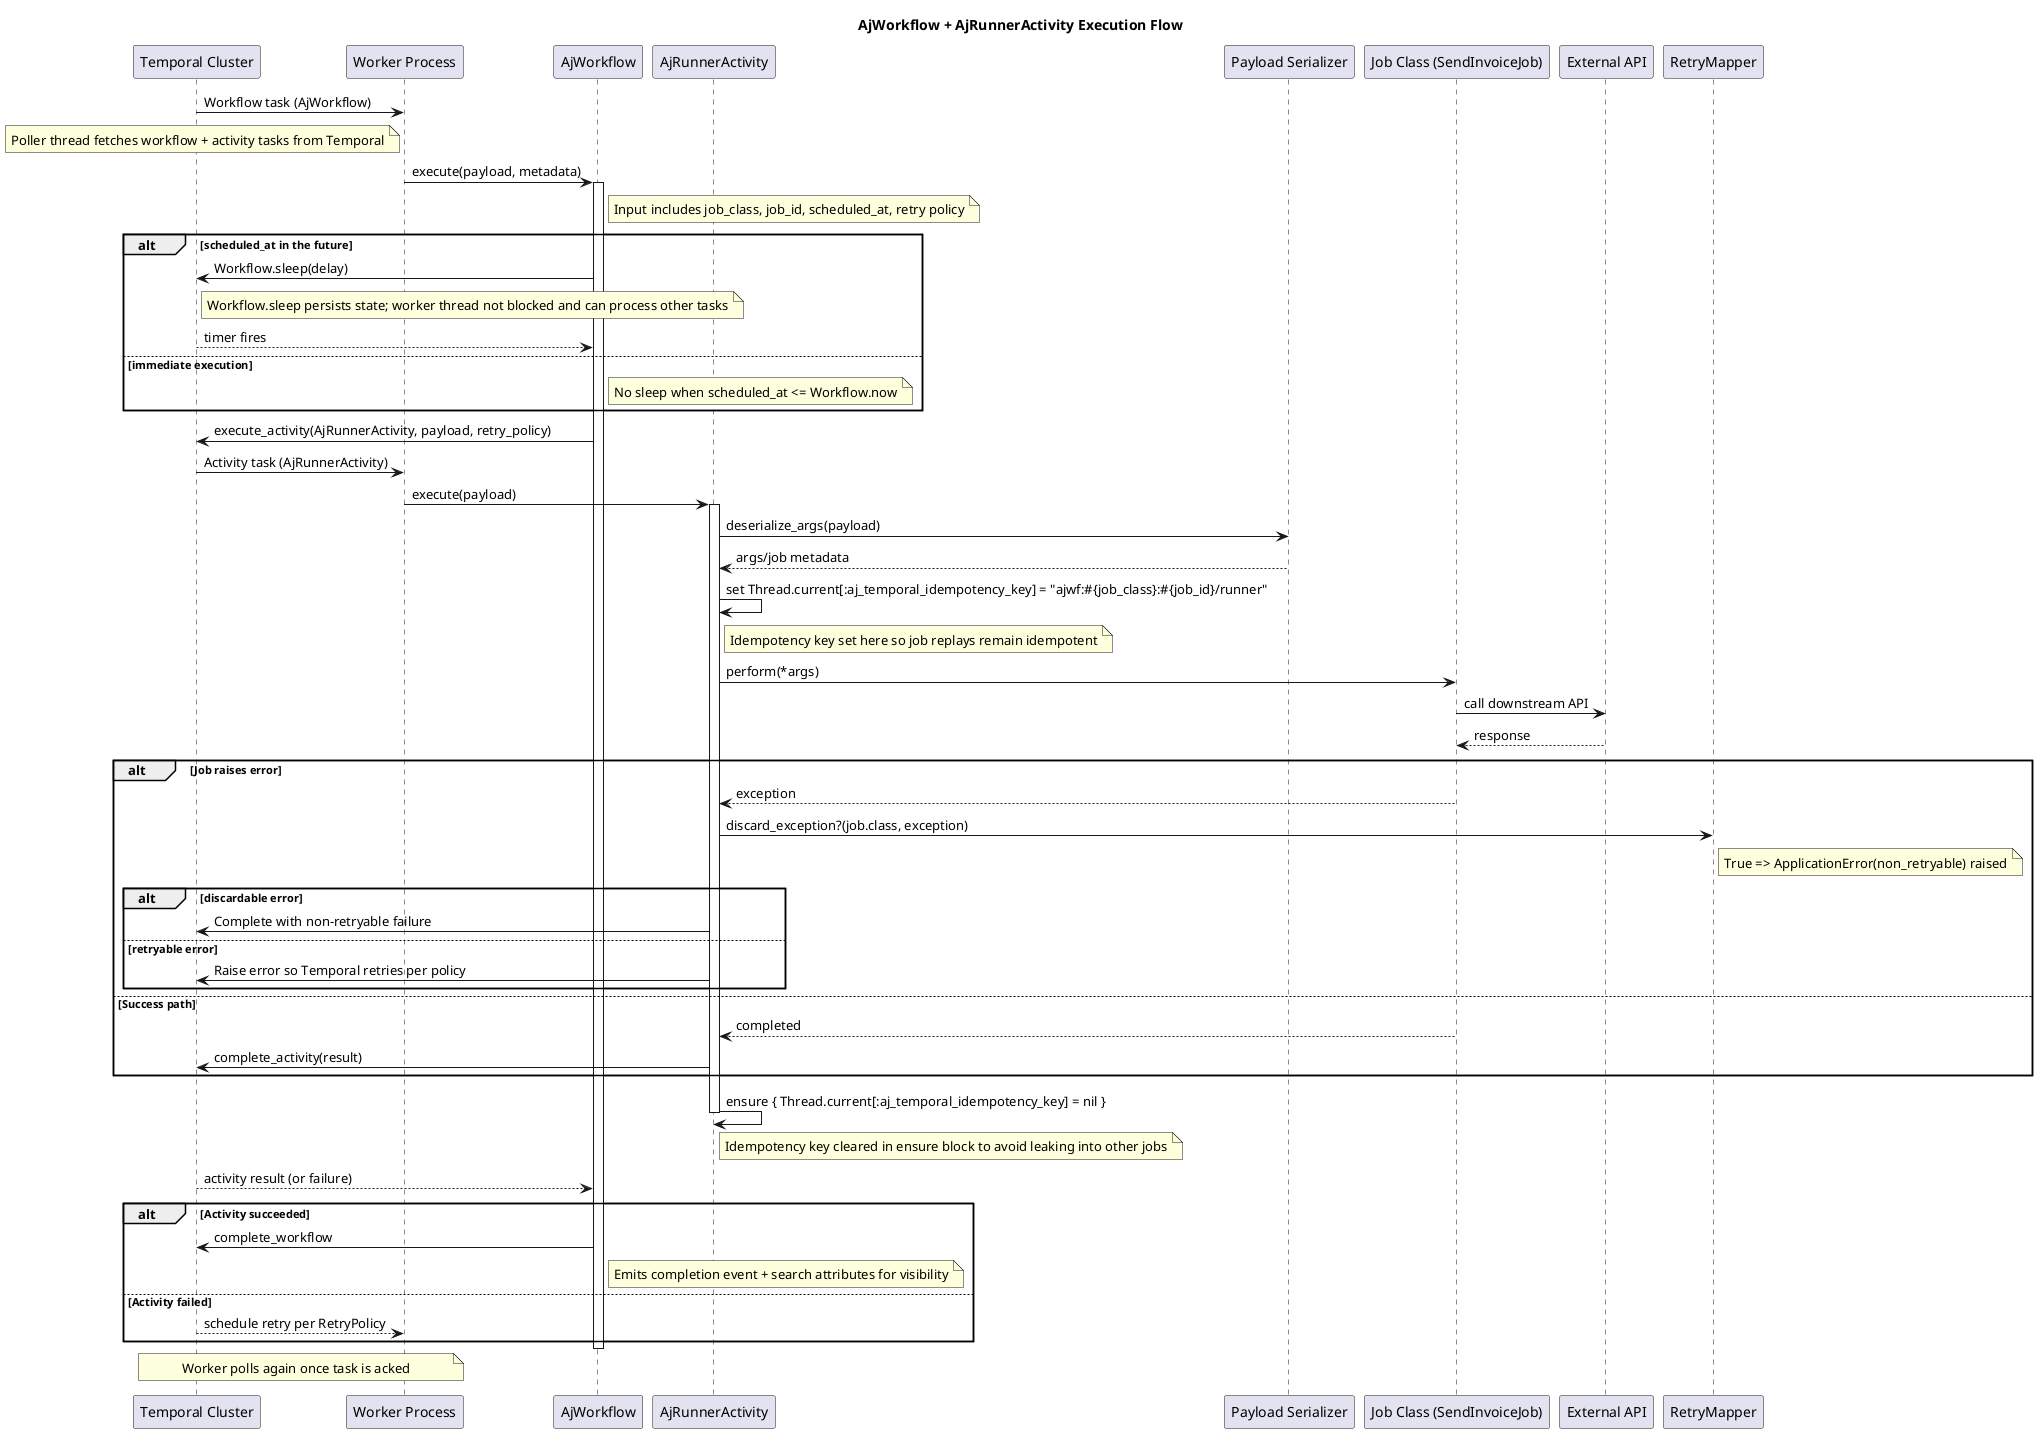
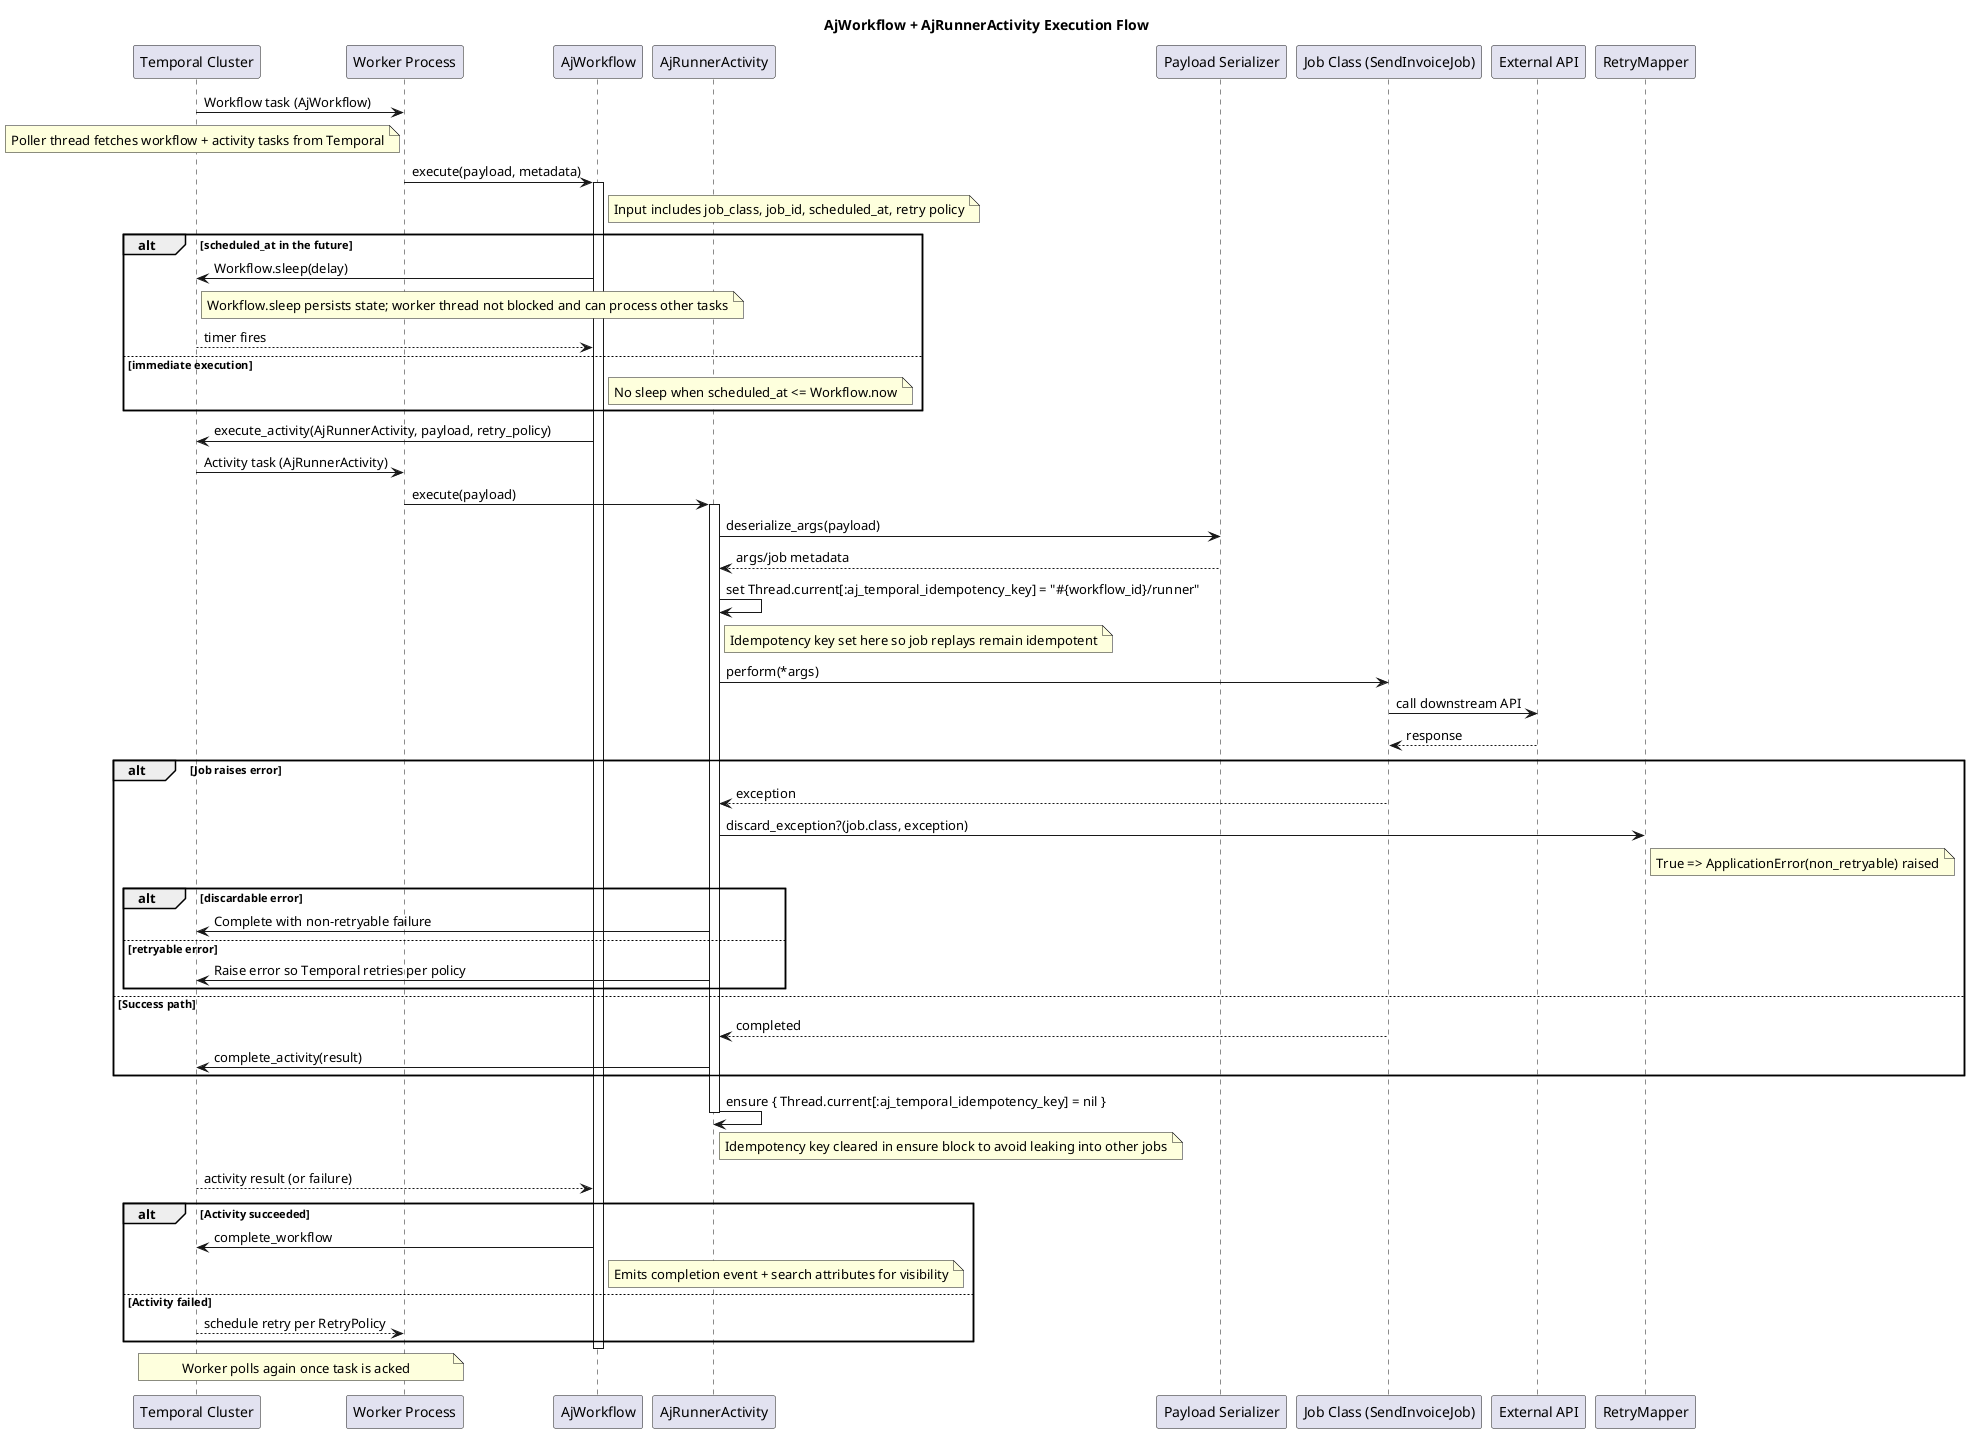
@startuml
title AjWorkflow + AjRunnerActivity Execution Flow

participant "Temporal Cluster" as Temporal
participant "Worker Process" as Worker
participant "AjWorkflow" as Workflow
participant "AjRunnerActivity" as Activity
participant "Payload Serializer" as Payload
participant "Job Class (SendInvoiceJob)" as Job
participant "External API" as External
participant "RetryMapper" as Retry

Temporal -> Worker: Workflow task (AjWorkflow)
note left of Worker: Poller thread fetches workflow + activity tasks from Temporal
Worker -> Workflow: execute(payload, metadata)
activate Workflow
note right of Workflow: Input includes job_class, job_id, scheduled_at, retry policy

alt scheduled_at in the future
  Workflow -> Temporal: Workflow.sleep(delay)
  note right of Temporal: Workflow.sleep persists state; worker thread not blocked and can process other tasks
  Temporal --> Workflow: timer fires
else immediate execution
  note right of Workflow: No sleep when scheduled_at <= Workflow.now
end

Workflow -> Temporal: execute_activity(AjRunnerActivity, payload, retry_policy)
Temporal -> Worker: Activity task (AjRunnerActivity)
Worker -> Activity: execute(payload)
activate Activity
Activity -> Payload: deserialize_args(payload)
Payload --> Activity: args/job metadata
- Activity -> Activity: set Thread.current[:aj_temporal_idempotency_key] = "ajwf:#{job_class}:#{job_id}/runner"
+ Activity -> Activity: set Thread.current[:aj_temporal_idempotency_key] = "#{workflow_id}/runner"
note right of Activity: Idempotency key set here so job replays remain idempotent
Activity -> Job: perform(*args)
Job -> External: call downstream API
External --> Job: response

alt Job raises error
  Job --> Activity: exception
  Activity -> Retry: discard_exception?(job.class, exception)
  note right of Retry: True => ApplicationError(non_retryable) raised
  alt discardable error
    Activity -> Temporal: Complete with non-retryable failure
  else retryable error
    Activity -> Temporal: Raise error so Temporal retries per policy
  end
else Success path
  Job --> Activity: completed
  Activity -> Temporal: complete_activity(result)
end

Activity -> Activity: ensure { Thread.current[:aj_temporal_idempotency_key] = nil }
note right of Activity: Idempotency key cleared in ensure block to avoid leaking into other jobs
deactivate Activity
Temporal --> Workflow: activity result (or failure)
alt Activity succeeded
  Workflow -> Temporal: complete_workflow
  note right of Workflow: Emits completion event + search attributes for visibility
else Activity failed
  Temporal --> Worker: schedule retry per RetryPolicy
end

deactivate Workflow
note over Temporal, Worker: Worker polls again once task is acked
@enduml
